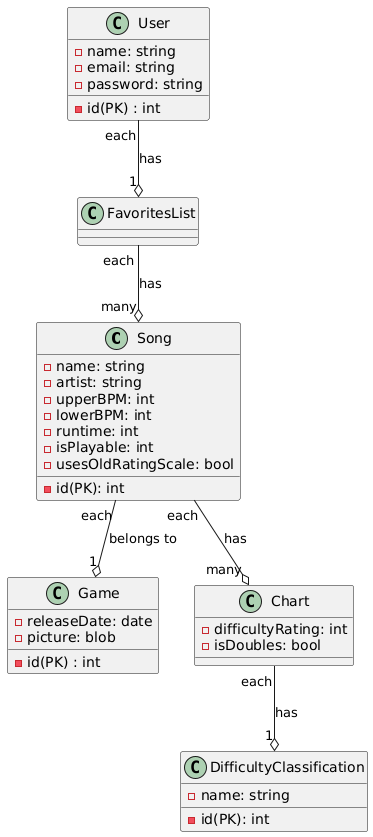
Patresia-A/final-project-plankton-paranoia keeps this PlantUML diagram as pictures/umlchart.png. Above is the earlier version. The source it was exported from:
```plantuml
@startuml
class Song{
    - name: string
    - artist: string
    - upperBPM: int
    - lowerBPM: int
    - id(PK): int
    - runtime: int
    - isPlayable: int
    - usesOldRatingScale: bool
}
class Game{
    - id(PK) : int
    - releaseDate: date
    - picture: blob
}
class Chart{
    - difficultyRating: int
    - isDoubles: bool
}
class DifficultyClassification{
    - name: string
    - id(PK): int
}

class User{
    - id(PK) : int
    - name: string
    - email: string
    - password: string
}
class FavoritesList{
}
User "each" --o "1" FavoritesList : has
FavoritesList "each" --o "many" Song: has
Chart "each" --o  "1" DifficultyClassification : has
Song "each" --o  "many" Chart : has
Song "each" --o  "1" Game : belongs to
@enduml
```
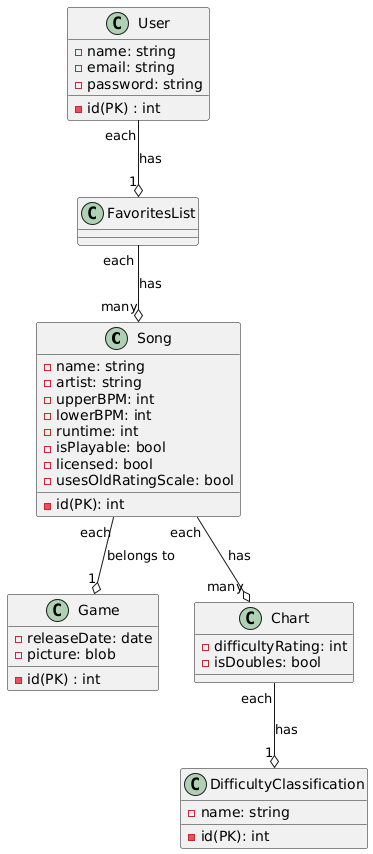
After the commit.

Change to the diagram source:
```diff
@@ -6,7 +6,8 @@
     - lowerBPM: int
     - id(PK): int
     - runtime: int
-    - isPlayable: int
+    - isPlayable: bool
+    - licensed: bool
     - usesOldRatingScale: bool
 }
 class Game{
```
